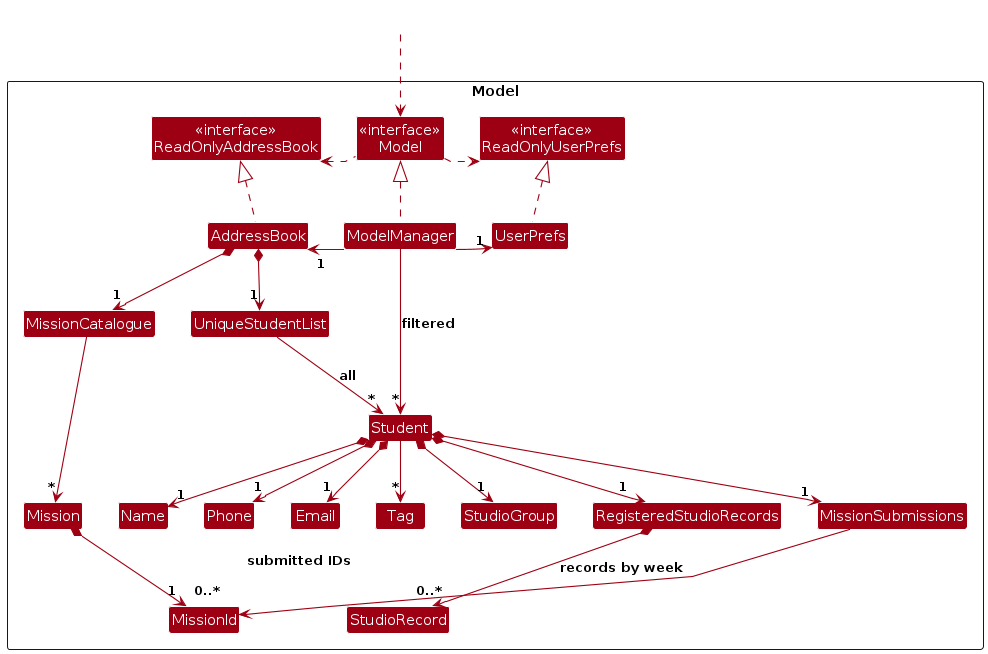
Before: diagrams/ModelClassDiagram.png, a diagram exported from PlantUML (AY2627S1-CS2103T-F14a-1/tp). Its source is kept beside it as diagrams/ModelClassDiagram.puml.
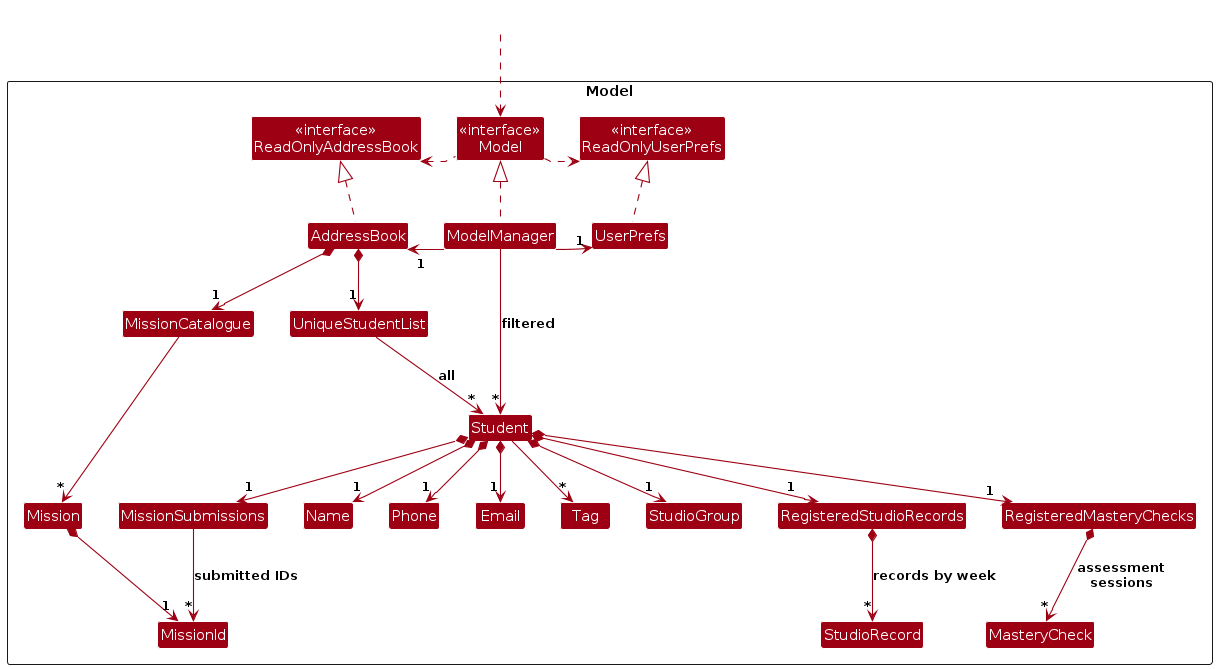
Later version of the same file.

Change to the diagram source:
```diff
@@ -21,6 +21,8 @@
 Class StudioGroup
 Class RegisteredStudioRecords
 Class StudioRecord
+Class RegisteredMasteryChecks
+Class MasteryCheck
 
 Class MissionSubmissions
 Class MissionCatalogue
@@ -44,7 +46,7 @@
 UniqueStudentList --> "*" Student : all
 ModelManager --> "*" Student : filtered
 MissionCatalogue --> "*" Mission
-Mission *-down-> "1" MissionId
+Mission *--> "1" MissionId
 Student *--> "1" Name
 Student *--> "1" Phone
 Student *--> "1" Email
@@ -52,21 +54,25 @@
 Student *--> "1" StudioGroup
 Student *--> "1" RegisteredStudioRecords
 Student *--> "1" MissionSubmissions
-MissionSubmissions -[norank]-> "        submitted IDs\n\n0..*                             " MissionId
+Student *--> "1" RegisteredMasteryChecks
+RegisteredMasteryChecks *-down-> "*" MasteryCheck : assessment\nsessions
+MissionSubmissions -down-> "*" MissionId : submitted IDs
 
 Name -[hidden]right-> Phone
 Phone -[hidden]right-> Email
 Email -[hidden]right-> Tag
 Tag -[hidden]right-> StudioGroup
 StudioGroup -[hidden]right-> RegisteredStudioRecords
-RegisteredStudioRecords -[hidden]right-> MissionSubmissions
+RegisteredStudioRecords -[hidden]right-> RegisteredMasteryChecks
+MissionSubmissions -[hidden]right-> Name
 
 ReadOnlyAddressBook -[hidden]right-> Model
 Model -[hidden]right-> ReadOnlyUserPrefs
 AddressBook -[hidden]right-> ModelManager
 ModelManager -[hidden]right-> UserPrefs
 MissionCatalogue -[hidden]right-> UniqueStudentList
-RegisteredStudioRecords *--> "0..*" StudioRecord : records by week
-Mission -[hidden]right-> Name
+RegisteredStudioRecords *--> "*" StudioRecord : records by week
+Mission -[hidden]right-> MissionSubmissions
 MissionId -[hidden]right-> StudioRecord
+StudioRecord -[hidden]right-> MasteryCheck
 @enduml
```
